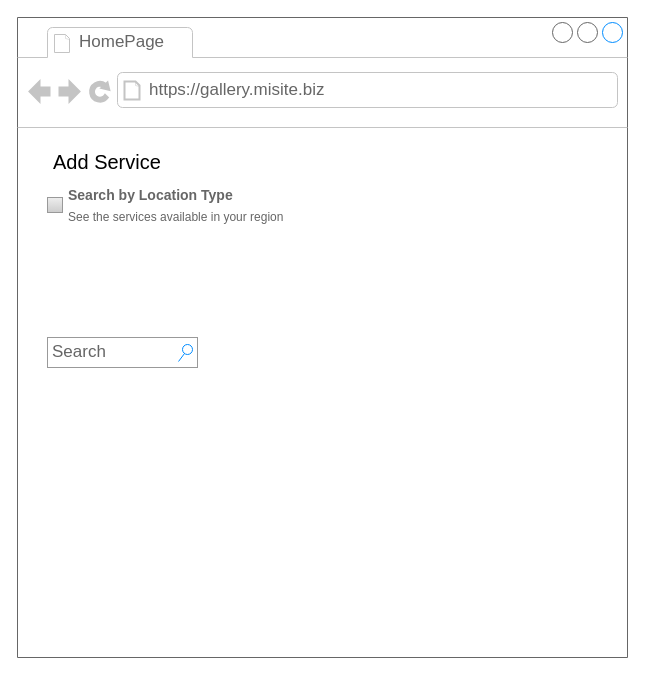
The draw.io diagram WebPage1.drawio in SnoopyHub/hello-world, before the edit. Source tidied: cells renumbered, new cells numbered last; positions are measured from the earlier drawing's top-left corner, leaving out a move shared by most shapes. Both pictures are drawn from the tidied source at 100%, with x=0, y=0 at pixel (17, 17).
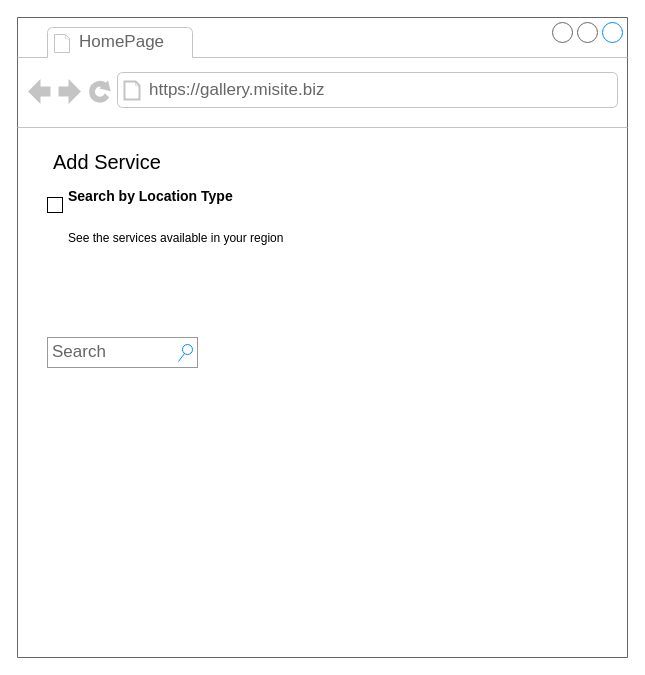
After the change.

Change to the diagram source:
```diff
@@
 <mxGraphModel>
   <root>
     <mxCell id="0" />
     <mxCell id="1" parent="0" />
-    <mxCell id="2" style="strokeWidth=1;shadow=0;dashed=0;align=center;html=1;shape=mxgraph.mockup.containers.browserWindow;rSize=0;strokeColor=#666666;strokeColor2=#008cff;strokeColor3=#c4c4c4;mainText=,;" parent="1" vertex="1">
+    <mxCell id="2" style="strokeWidth=1;shadow=0;dashed=0;align=center;html=1;shape=mxgraph.mockup.containers.browserWindow;rSize=0;strokeColor=#666666;strokeColor2=#008cff;strokeColor3=#c4c4c4;mainText=,;labelBackgroundColor=light-dark(#e4d5eb, #ededed);" parent="1" vertex="1">
       <mxGeometry width="610" height="640" as="geometry" />
     </mxCell>
     <mxCell id="3" value="HomePage" style="strokeWidth=1;shadow=0;dashed=0;align=center;html=1;shape=mxgraph.mockup.containers.anchor;fontSize=17;fontColor=#666666;align=left;whiteSpace=wrap;" parent="2" vertex="1">
       <mxGeometry x="60" y="12" width="110" height="26" as="geometry" />
     </mxCell>
     <mxCell id="4" value="https://gallery.misite.biz" style="strokeWidth=1;shadow=0;dashed=0;align=center;html=1;shape=mxgraph.mockup.containers.anchor;rSize=0;fontSize=17;fontColor=#666666;align=left;" parent="2" vertex="1">
       <mxGeometry x="130" y="60" width="250" height="26" as="geometry" />
     </mxCell>
     <mxCell id="5" value="Search" style="strokeWidth=1;shadow=0;dashed=0;align=center;html=1;shape=mxgraph.mockup.forms.searchBox;strokeColor=#999999;mainText=;strokeColor2=#008cff;fontColor=#666666;fontSize=17;align=left;spacingLeft=3;whiteSpace=wrap;" parent="2" vertex="1">
       <mxGeometry x="30" y="320" width="150" height="30" as="geometry" />
     </mxCell>
     <mxCell id="6" value="Add Service" style="strokeWidth=1;shadow=0;dashed=0;align=center;html=1;shape=mxgraph.mockup.text.textBox;align=left;fontSize=20;spacingLeft=4;spacingTop=-3;whiteSpace=wrap;mainText=;strokeColor=none;" parent="2" vertex="1">
       <mxGeometry x="30" y="130" width="150" height="30" as="geometry" />
     </mxCell>
-    <mxCell id="7" value="&lt;font style=&quot;font-size: 14px;&quot;&gt;&lt;b&gt;Search by Location Type&lt;/b&gt;&lt;/font&gt;&lt;div&gt;&lt;font style=&quot;font-size: 12px;&quot;&gt;See the services available in your region&lt;/font&gt;&lt;/div&gt;" style="strokeWidth=1;shadow=0;dashed=0;align=center;html=1;shape=mxgraph.mockup.forms.rrect;rSize=0;fillColor=#eeeeee;strokeColor=#999999;gradientColor=#cccccc;align=left;spacingLeft=4;fontSize=17;fontColor=#666666;labelPosition=right;" parent="2" vertex="1">
+    <mxCell id="7" value="&lt;h3&gt;&lt;font style=&quot;font-size: 14px; color: rgb(0, 0, 0);&quot;&gt;&lt;b style=&quot;background-color: light-dark(#ffffff, var(--ge-dark-color, #121212));&quot;&gt;Search by Location Type&lt;/b&gt;&lt;/font&gt;&lt;/h3&gt;&lt;div&gt;&lt;font style=&quot;font-size: 12px; color: rgb(0, 0, 0); background-color: light-dark(#ffffff, var(--ge-dark-color, #121212));&quot;&gt;See the services available in your region&lt;/font&gt;&lt;/div&gt;" style="strokeWidth=1;shadow=0;dashed=0;align=center;html=1;shape=mxgraph.mockup.forms.rrect;rSize=0;align=left;spacingLeft=4;fontSize=17;labelPosition=right;" parent="2" vertex="1">
       <mxGeometry x="30" y="180" width="15" height="15" as="geometry" />
     </mxCell>
   </root>
 </mxGraphModel>
```
